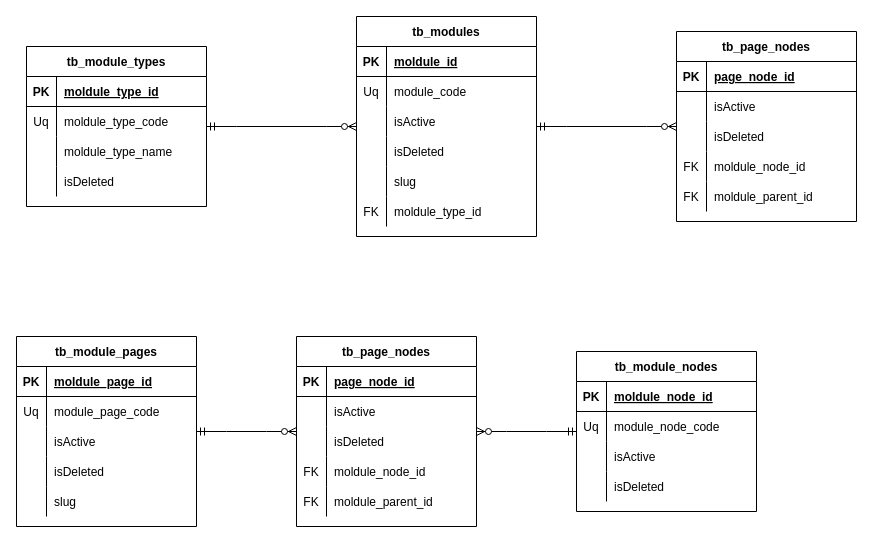
Before: documents/erd_modules.drawio in nqhed/ecommerce-turbo-project, a draw.io diagram. Source tidied: cells renumbered, new cells numbered last; positions are measured from the earlier drawing's top-left corner, leaving out a move shared by most shapes. Both pictures are drawn from the tidied source at 100%, with x=0, y=0 at pixel (16, 16).
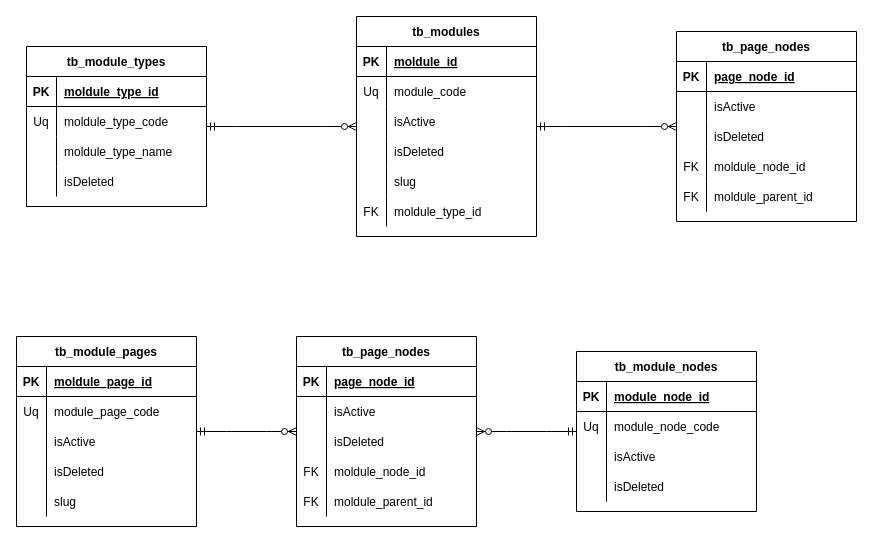
After the change.

The change refers to these unchanged cells:
```xml
<mxCell id="36" style="shape=tableRow;horizontal=0;startSize=0;swimlaneHead=0;swimlaneBody=0;fillColor=none;top=0;left=0;right=0;bottom=1;" parent="35" vertex="1">
  <mxGeometry y="30" width="180" height="30" as="geometry" />
</mxCell>
```

Change to the diagram source:
```diff
@@
-    <mxCell id="38" value="moldule_node_id" style="shape=partialRectangle;fillColor=none;top=0;left=0;bottom=0;right=0;align=left;spacingLeft=6;fontStyle=5;overflow=hidden;" parent="36" vertex="1">
+    <mxCell id="38" value="module_node_id" style="shape=partialRectangle;fillColor=none;top=0;left=0;bottom=0;right=0;align=left;spacingLeft=6;fontStyle=5;overflow=hidden;" parent="36" vertex="1">
       <mxGeometry x="30" width="150" height="30" as="geometry" />
     </mxCell>
```
